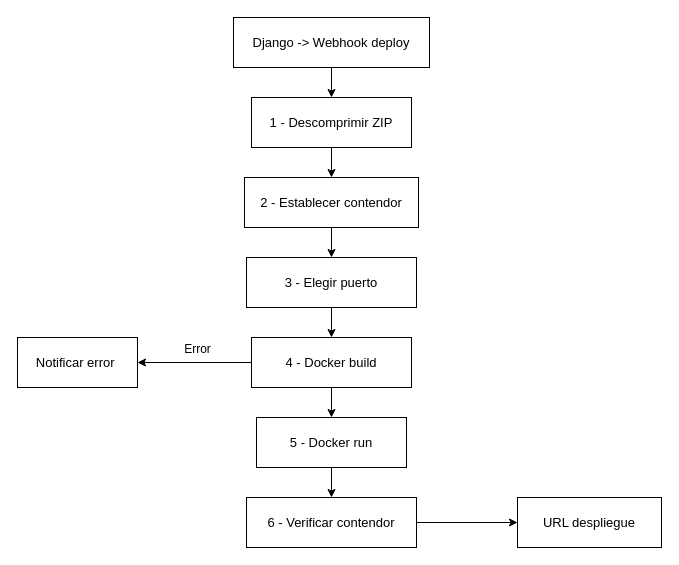
Earlier version of the draw.io diagram capitulos/disenoimplementacion/diagramas/workflowdespliegue.drawio (AlejandroTejero/MemoriaTFG-WebBuilder). Source tidied: cells renumbered, new cells numbered last; positions are measured from the earlier drawing's top-left corner, leaving out a move shared by most shapes. Both pictures are drawn from the tidied source at 100%, with x=0, y=0 at pixel (17, 17).
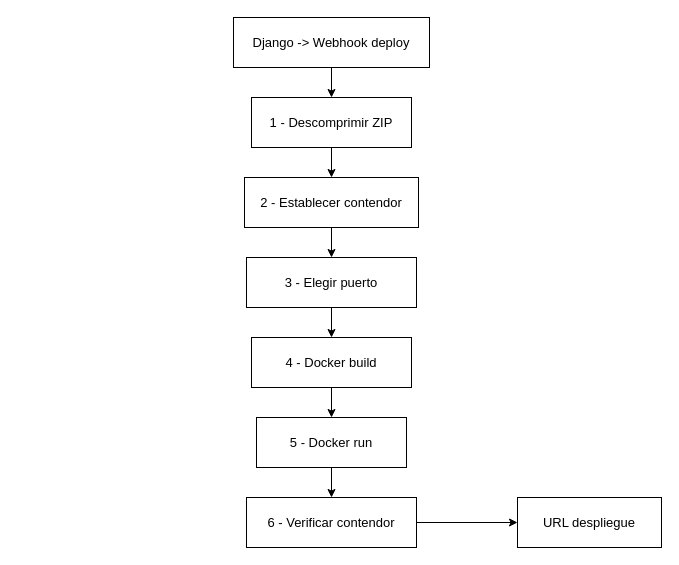
The same page after the edit.

Diff of the diagram source:
```diff
@@
 <mxGraphModel>
   <root>
     <mxCell id="0" />
     <mxCell id="1" parent="0" />
     <mxCell id="2" style="edgeStyle=orthogonalEdgeStyle;rounded=0;jettySize=auto;html=1;entryX=0.5;entryY=0;entryDx=0;entryDy=0;" parent="1" edge="1" source="3" target="8">
       <mxGeometry relative="1" as="geometry" />
     </mxCell>
     <mxCell id="3" value="&lt;font style=&quot;font-size: 13px&quot;&gt;Django -&amp;gt; Webhook deploy&lt;/font&gt;" style="rounded=0;whiteSpace=wrap;html=1;" parent="1" vertex="1">
       <mxGeometry x="216" width="196" height="50" as="geometry" />
     </mxCell>
     <mxCell id="4" style="edgeStyle=orthogonalEdgeStyle;rounded=0;jettySize=auto;html=1;" parent="1" edge="1" source="6" target="14">
       <mxGeometry relative="1" as="geometry" />
     </mxCell>
-    <mxCell id="5" style="edgeStyle=orthogonalEdgeStyle;rounded=0;jettySize=auto;html=1;entryX=1;entryY=0.5;entryDx=0;entryDy=0;" parent="1" edge="1" source="6" target="17">
-      <mxGeometry relative="1" as="geometry" />
-    </mxCell>
     <mxCell id="6" value="&lt;font style=&quot;font-size: 13px&quot;&gt;4 - Docker build&lt;/font&gt;" style="rounded=0;whiteSpace=wrap;html=1;" parent="1" vertex="1">
       <mxGeometry x="234" y="320" width="160" height="50" as="geometry" />
     </mxCell>
     <mxCell id="7" style="edgeStyle=orthogonalEdgeStyle;rounded=0;jettySize=auto;html=1;entryX=0.5;entryY=0;entryDx=0;entryDy=0;" parent="1" edge="1" source="8" target="10">
       <mxGeometry relative="1" as="geometry" />
     </mxCell>
     <mxCell id="8" value="&lt;font style=&quot;font-size: 13px&quot;&gt;1 - Descomprimir ZIP&lt;/font&gt;" style="rounded=0;whiteSpace=wrap;html=1;" parent="1" vertex="1">
       <mxGeometry x="234" y="80" width="160" height="50" as="geometry" />
     </mxCell>
     <mxCell id="9" style="edgeStyle=orthogonalEdgeStyle;rounded=0;jettySize=auto;html=1;entryX=0.5;entryY=0;entryDx=0;entryDy=0;" parent="1" edge="1" source="10" target="12">
       <mxGeometry relative="1" as="geometry" />
     </mxCell>
     <mxCell id="10" value="&lt;font style=&quot;font-size: 13px&quot;&gt;2 - Establecer contendor&lt;/font&gt;" style="rounded=0;whiteSpace=wrap;html=1;" parent="1" vertex="1">
       <mxGeometry x="227" y="160" width="174" height="50" as="geometry" />
     </mxCell>
     <mxCell id="11" style="edgeStyle=orthogonalEdgeStyle;rounded=0;jettySize=auto;html=1;entryX=0.5;entryY=0;entryDx=0;entryDy=0;" parent="1" edge="1" source="12" target="6">
       <mxGeometry relative="1" as="geometry" />
     </mxCell>
     <mxCell id="12" value="&lt;font style=&quot;font-size: 13px&quot;&gt;3 - Elegir puerto&lt;/font&gt;" style="rounded=0;whiteSpace=wrap;html=1;" parent="1" vertex="1">
       <mxGeometry x="229" y="240" width="170" height="50" as="geometry" />
     </mxCell>
     <mxCell id="13" style="edgeStyle=orthogonalEdgeStyle;rounded=0;jettySize=auto;html=1;entryX=0.5;entryY=0;entryDx=0;entryDy=0;" parent="1" edge="1" source="14" target="16">
       <mxGeometry relative="1" as="geometry" />
     </mxCell>
     <mxCell id="14" value="&lt;font style=&quot;font-size: 13px&quot;&gt;5 - Docker run&lt;/font&gt;" style="rounded=0;whiteSpace=wrap;html=1;" parent="1" vertex="1">
       <mxGeometry x="239" y="400" width="150" height="50" as="geometry" />
     </mxCell>
     <mxCell id="15" style="edgeStyle=orthogonalEdgeStyle;rounded=0;jettySize=auto;html=1;entryX=0;entryY=0.5;entryDx=0;entryDy=0;" parent="1" edge="1" source="16" target="18">
       <mxGeometry relative="1" as="geometry" />
     </mxCell>
     <mxCell id="16" value="&lt;font style=&quot;font-size: 13px&quot;&gt;6 - Verificar contendor&lt;/font&gt;" style="rounded=0;whiteSpace=wrap;html=1;" parent="1" vertex="1">
       <mxGeometry x="229" y="480" width="170" height="50" as="geometry" />
     </mxCell>
-    <mxCell id="17" value="&lt;span style=&quot;font-size: 13px&quot;&gt;Notificar error&amp;nbsp;&lt;/span&gt;" style="rounded=0;whiteSpace=wrap;html=1;" parent="1" vertex="1">
-      <mxGeometry y="320" width="120" height="50" as="geometry" />
-    </mxCell>
     <mxCell id="18" value="&lt;span style=&quot;font-size: 13px&quot;&gt;URL despliegue&lt;/span&gt;" style="rounded=0;whiteSpace=wrap;html=1;" parent="1" vertex="1">
       <mxGeometry x="500" y="480" width="144" height="50" as="geometry" />
     </mxCell>
-    <mxCell id="19" value="Error" style="text;html=1;align=center;verticalAlign=middle;" parent="1" vertex="1">
-      <mxGeometry x="160" y="322" width="40" height="20" as="geometry" />
-    </mxCell>
   </root>
 </mxGraphModel>
```
